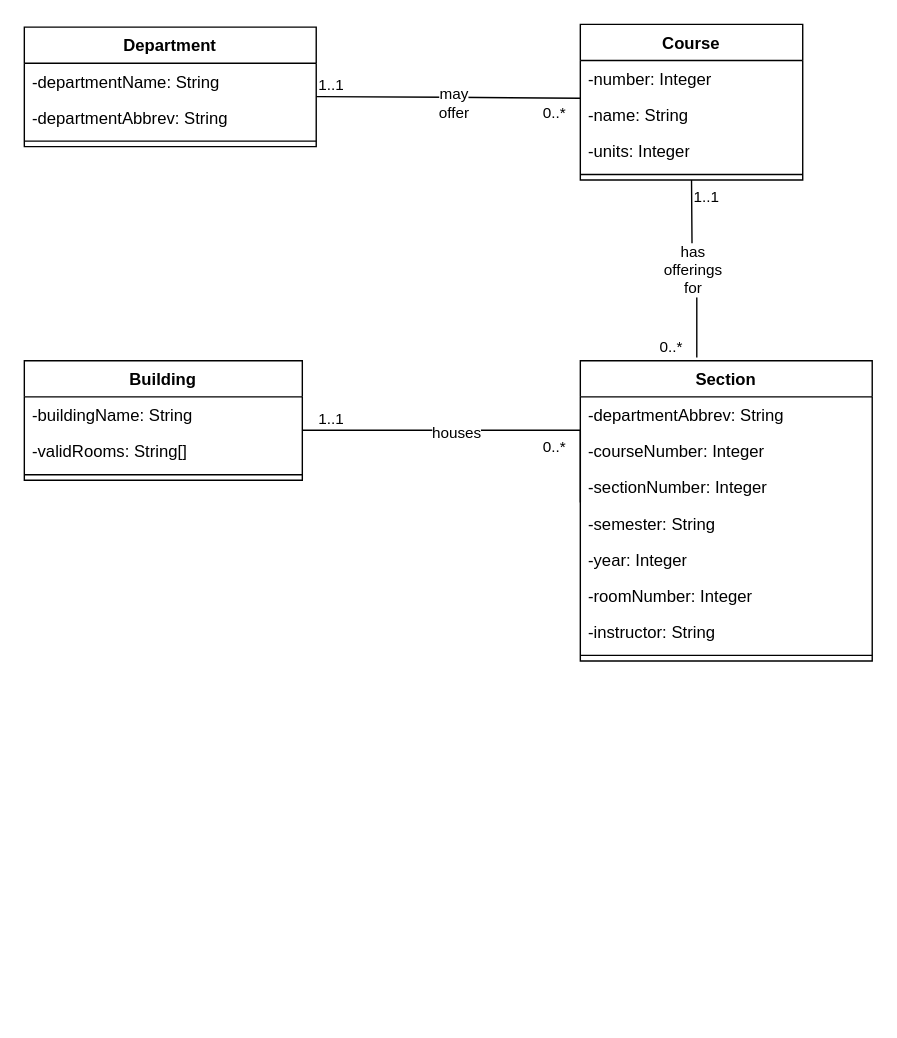
This is 5. Document-based Implementation HW Cole Hartman.drawio from Cole-Hartman/database-UML, a draw.io file, before an edit. Source tidied: cells renumbered, new cells numbered last; positions are measured from the earlier drawing's top-left corner, leaving out a move shared by most shapes. Both pictures are drawn from the tidied source at 139%, with x=0, y=0 at pixel (24, 24).
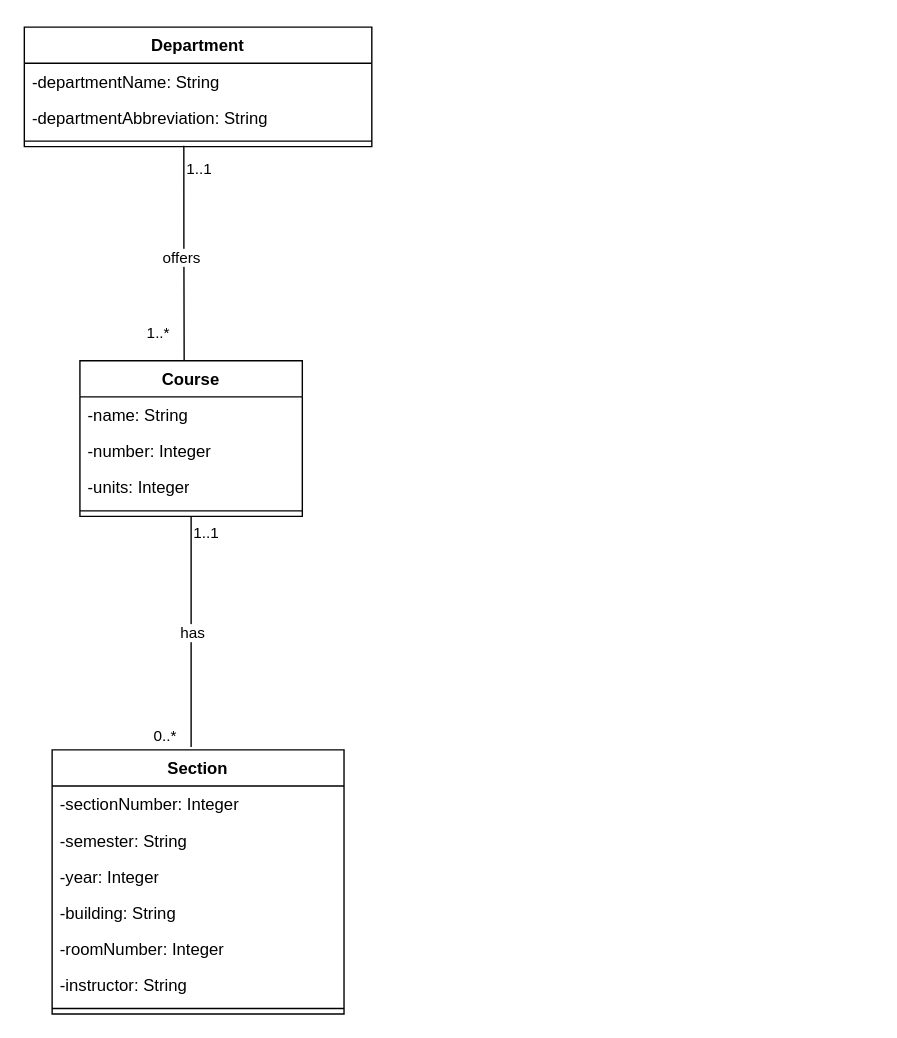
The same page after the edit.

Diff of the diagram source:
```diff
@@
     <mxCell id="2" value="Department" style="swimlane;fontStyle=1;align=center;verticalAlign=top;horizontal=1;startSize=26;whiteSpace=wrap;html=1;" parent="1" vertex="1">
-      <mxGeometry y="2" width="210" height="86" as="geometry" />
+      <mxGeometry y="2" width="250" height="86" as="geometry" />
     </mxCell>
     <mxCell id="3" value="-departmentName: String" style="text;strokeColor=none;fillColor=none;align=left;verticalAlign=top;spacingLeft=4;spacingRight=4;overflow=hidden;whiteSpace=wrap;html=1;" parent="2" vertex="1">
-      <mxGeometry y="26" width="210" height="26" as="geometry" />
+      <mxGeometry y="26" width="250" height="26" as="geometry" />
     </mxCell>
-    <mxCell id="4" value="-departmentAbbrev: String" style="text;strokeColor=none;fillColor=none;align=left;verticalAlign=top;spacingLeft=4;spacingRight=4;overflow=hidden;whiteSpace=wrap;html=1;" parent="2" vertex="1">
-      <mxGeometry y="52" width="210" height="26" as="geometry" />
+    <mxCell id="4" value="-departmentAbbreviation: String" style="text;strokeColor=none;fillColor=none;align=left;verticalAlign=top;spacingLeft=4;spacingRight=4;overflow=hidden;whiteSpace=wrap;html=1;" parent="2" vertex="1">
+      <mxGeometry y="52" width="250" height="26" as="geometry" />
     </mxCell>
     <mxCell id="5" style="line;strokeWidth=1;fillColor=none;align=left;verticalAlign=middle;spacingTop=-1;spacingLeft=3;spacingRight=3;labelPosition=right;points=[];portConstraint=eastwest;strokeColor=inherit;" parent="2" vertex="1">
-      <mxGeometry y="78" width="210" height="8" as="geometry" />
+      <mxGeometry y="78" width="250" height="8" as="geometry" />
     </mxCell>
     <mxCell id="6" value="Course" style="swimlane;fontStyle=1;align=center;verticalAlign=top;horizontal=1;startSize=26;whiteSpace=wrap;html=1;" parent="1" vertex="1">
-      <mxGeometry x="400" width="160" height="112" as="geometry" />
+      <mxGeometry x="40" y="242" width="160" height="112" as="geometry" />
     </mxCell>
+    <mxCell id="8" value="-name: String&lt;span style=&quot;white-space: pre;&quot;&gt;&#9;&lt;/span&gt;" style="text;strokeColor=none;fillColor=none;align=left;verticalAlign=top;spacingLeft=4;spacingRight=4;overflow=hidden;points=[[0,0.5],[1,0.5]];portConstraint=eastwest;whiteSpace=wrap;html=1;" parent="6" vertex="1">
+      <mxGeometry y="26" width="160" height="26" as="geometry" />
+    </mxCell>
     <mxCell id="7" value="-number: Integer" style="text;strokeColor=none;fillColor=none;align=left;verticalAlign=top;spacingLeft=4;spacingRight=4;overflow=hidden;whiteSpace=wrap;html=1;" parent="6" vertex="1">
-      <mxGeometry y="26" width="160" height="26" as="geometry" />
+      <mxGeometry y="52" width="160" height="26" as="geometry" />
     </mxCell>
-    <mxCell id="8" value="-name: String&lt;span style=&quot;white-space: pre;&quot;&gt;&#9;&lt;/span&gt;" style="text;strokeColor=none;fillColor=none;align=left;verticalAlign=top;spacingLeft=4;spacingRight=4;overflow=hidden;points=[[0,0.5],[1,0.5]];portConstraint=eastwest;whiteSpace=wrap;html=1;" parent="6" vertex="1">
-      <mxGeometry y="52" width="160" height="26" as="geometry" />
-    </mxCell>
@@
-    <mxCell id="11" value="Building" style="swimlane;fontStyle=1;align=center;verticalAlign=top;horizontal=1;startSize=26;whiteSpace=wrap;html=1;" parent="1" vertex="1">
-      <mxGeometry y="242" width="200" height="86" as="geometry" />
-    </mxCell>
-    <mxCell id="12" value="-buildingName: String" style="text;strokeColor=none;fillColor=none;align=left;verticalAlign=top;spacingLeft=4;spacingRight=4;overflow=hidden;whiteSpace=wrap;html=1;" parent="11" vertex="1">
-      <mxGeometry y="26" width="200" height="26" as="geometry" />
-    </mxCell>
-    <mxCell id="13" value="-validRooms: String[]" style="text;strokeColor=none;fillColor=none;align=left;verticalAlign=top;spacingLeft=4;spacingRight=4;overflow=hidden;whiteSpace=wrap;html=1;" parent="11" vertex="1">
-      <mxGeometry y="52" width="200" height="26" as="geometry" />
-    </mxCell>
-    <mxCell id="14" style="line;strokeWidth=1;fillColor=none;align=left;verticalAlign=middle;spacingTop=-1;spacingLeft=3;spacingRight=3;labelPosition=right;strokeColor=inherit;" parent="11" vertex="1">
-      <mxGeometry y="78" width="200" height="8" as="geometry" />
-    </mxCell>
     <mxCell id="15" value="Section" style="swimlane;fontStyle=1;align=center;verticalAlign=top;horizontal=1;startSize=26;whiteSpace=wrap;html=1;" parent="1" vertex="1">
-      <mxGeometry x="400" y="242" width="210" height="216" as="geometry" />
+      <mxGeometry x="20" y="522" width="210" height="190" as="geometry" />
     </mxCell>
-    <mxCell id="16" value="-departmentAbbrev: String" style="text;strokeColor=none;fillColor=none;align=left;verticalAlign=top;spacingLeft=4;spacingRight=4;overflow=hidden;whiteSpace=wrap;html=1;" parent="15" vertex="1">
-      <mxGeometry y="26" width="210" height="26" as="geometry" />
-    </mxCell>
-    <mxCell id="17" value="-courseNumber: Integer" style="text;strokeColor=none;fillColor=none;align=left;verticalAlign=top;spacingLeft=4;spacingRight=4;overflow=hidden;whiteSpace=wrap;html=1;" parent="15" vertex="1">
-      <mxGeometry y="52" width="210" height="26" as="geometry" />
-    </mxCell>
     <mxCell id="18" value="-sectionNumber: Integer" style="text;strokeColor=none;fillColor=none;align=left;verticalAlign=top;spacingLeft=4;spacingRight=4;overflow=hidden;points=[[0,0.5],[1,0.5]];portConstraint=eastwest;whiteSpace=wrap;html=1;" parent="15" vertex="1">
-      <mxGeometry y="78" width="210" height="26" as="geometry" />
+      <mxGeometry y="26" width="210" height="26" as="geometry" />
     </mxCell>
     <mxCell id="19" value="-semester: String" style="text;strokeColor=none;fillColor=none;align=left;verticalAlign=top;spacingLeft=4;spacingRight=4;overflow=hidden;whiteSpace=wrap;html=1;" parent="15" vertex="1">
-      <mxGeometry y="104" width="210" height="26" as="geometry" />
+      <mxGeometry y="52" width="210" height="26" as="geometry" />
     </mxCell>
     <mxCell id="20" value="-year: Integer" style="text;strokeColor=none;fillColor=none;align=left;verticalAlign=top;spacingLeft=4;spacingRight=4;overflow=hidden;whiteSpace=wrap;html=1;" parent="15" vertex="1">
-      <mxGeometry y="130" width="210" height="26" as="geometry" />
+      <mxGeometry y="78" width="210" height="26" as="geometry" />
     </mxCell>
+    <mxCell id="36" value="-building: String" style="text;strokeColor=none;fillColor=none;align=left;verticalAlign=top;spacingLeft=4;spacingRight=4;overflow=hidden;whiteSpace=wrap;html=1;" parent="15" vertex="1">
+      <mxGeometry y="104" width="210" height="26" as="geometry" />
+    </mxCell>
     <mxCell id="21" value="-roomNumber: Integer" style="text;strokeColor=none;fillColor=none;align=left;verticalAlign=top;spacingLeft=4;spacingRight=4;overflow=hidden;whiteSpace=wrap;html=1;" parent="15" vertex="1">
-      <mxGeometry y="156" width="210" height="26" as="geometry" />
+      <mxGeometry y="130" width="210" height="26" as="geometry" />
     </mxCell>
     <mxCell id="22" value="-instructor: String" style="text;strokeColor=none;fillColor=none;align=left;verticalAlign=top;spacingLeft=4;spacingRight=4;overflow=hidden;whiteSpace=wrap;html=1;" parent="15" vertex="1">
-      <mxGeometry y="182" width="210" height="26" as="geometry" />
+      <mxGeometry y="156" width="210" height="26" as="geometry" />
     </mxCell>
     <mxCell id="23" style="line;strokeWidth=1;fillColor=none;align=left;verticalAlign=middle;spacingTop=-1;spacingLeft=3;spacingRight=3;labelPosition=right;strokeColor=inherit;" parent="15" vertex="1">
-      <mxGeometry y="208" width="210" height="8" as="geometry" />
+      <mxGeometry y="182" width="210" height="8" as="geometry" />
     </mxCell>
-    <mxCell id="24" style="endArrow=none;html=1;edgeStyle=orthogonalEdgeStyle;rounded=0;entryX=0;entryY=0.045;entryDx=0;entryDy=0;entryPerimeter=0;" parent="1" edge="1" target="8">
+    <mxCell id="24" style="endArrow=none;html=1;edgeStyle=orthogonalEdgeStyle;rounded=0;exitX=0.459;exitY=0.924;exitDx=0;exitDy=0;exitPerimeter=0;" parent="1" edge="1" source="5">
       <mxGeometry relative="1" as="geometry">
-        <mxPoint x="210" y="52" as="sourcePoint" />
+        <mxPoint x="115" y="242" as="targetPoint" />
       </mxGeometry>
     </mxCell>
     <mxCell id="25" value="1..1" style="edgeLabel;html=1;align=left;verticalAlign=bottom;" parent="24" vertex="1">
-      <mxGeometry x="-1" relative="1" as="geometry" />
+      <mxGeometry x="-1" relative="1" as="geometry">
+        <mxPoint y="25" as="offset" />
+      </mxGeometry>
     </mxCell>
-    <mxCell id="26" value="0..*" style="edgeLabel;html=1;align=right;verticalAlign=bottom;" parent="24" vertex="1">
+    <mxCell id="26" value="1..*" style="edgeLabel;html=1;align=right;verticalAlign=bottom;" parent="24" vertex="1">
       <mxGeometry x="1" relative="1" as="geometry">
-        <mxPoint x="-10" y="19" as="offset" />
+        <mxPoint x="-10" y="-12" as="offset" />
       </mxGeometry>
     </mxCell>
-    <mxCell id="27" value="may&lt;br&gt;offer" style="edgeLabel;html=1;align=center;verticalAlign=middle;" parent="24" vertex="1">
+    <mxCell id="27" value="offers" style="edgeLabel;html=1;align=center;verticalAlign=middle;" parent="24" vertex="1">
       <mxGeometry x="0.04" y="-3" relative="1" as="geometry" />
     </mxCell>
-    <mxCell id="28" style="endArrow=none;html=1;edgeStyle=orthogonalEdgeStyle;rounded=0;entryX=0.399;entryY=-0.011;entryDx=0;entryDy=0;entryPerimeter=0;" parent="1" edge="1" target="15">
+    <mxCell id="28" style="endArrow=none;html=1;edgeStyle=orthogonalEdgeStyle;rounded=0;exitX=0.5;exitY=1;exitDx=0;exitDy=0;" parent="1" edge="1" source="6">
       <mxGeometry relative="1" as="geometry">
-        <mxPoint x="480" y="112" as="sourcePoint" />
+        <mxPoint x="120" y="520" as="targetPoint" />
       </mxGeometry>
     </mxCell>
@@
-    <mxCell id="31" value="has&lt;br&gt;offerings&lt;br&gt;for" style="edgeLabel;html=1;align=center;verticalAlign=middle;" parent="28" vertex="1">
+    <mxCell id="31" value="has" style="edgeLabel;html=1;align=center;verticalAlign=middle;" parent="28" vertex="1">
       <mxGeometry relative="1" as="geometry" />
     </mxCell>
-    <mxCell id="32" style="endArrow=none;html=1;edgeStyle=orthogonalEdgeStyle;rounded=0;entryX=0;entryY=0.923;entryDx=0;entryDy=0;entryPerimeter=0;" parent="1" edge="1" target="18">
-      <mxGeometry relative="1" as="geometry">
-        <mxPoint x="200" y="292" as="sourcePoint" />
-        <Array as="points">
-          <mxPoint x="400" y="292" />
-        </Array>
-      </mxGeometry>
-    </mxCell>
-    <mxCell id="33" value="1..1" style="edgeLabel;html=1;align=left;verticalAlign=bottom;" parent="32" vertex="1">
-      <mxGeometry x="-1" relative="1" as="geometry">
-        <mxPoint x="10" as="offset" />
-      </mxGeometry>
-    </mxCell>
-    <mxCell id="34" value="0..*" style="edgeLabel;html=1;align=right;verticalAlign=bottom;" parent="32" vertex="1">
-      <mxGeometry x="1" relative="1" as="geometry">
-        <mxPoint x="-10" y="-32" as="offset" />
-      </mxGeometry>
-    </mxCell>
-    <mxCell id="35" value="houses" style="edgeLabel;html=1;align=center;verticalAlign=middle;" parent="32" vertex="1">
-      <mxGeometry x="0.08" y="-1" relative="1" as="geometry">
-        <mxPoint x="-26" as="offset" />
-      </mxGeometry>
-    </mxCell>
```
